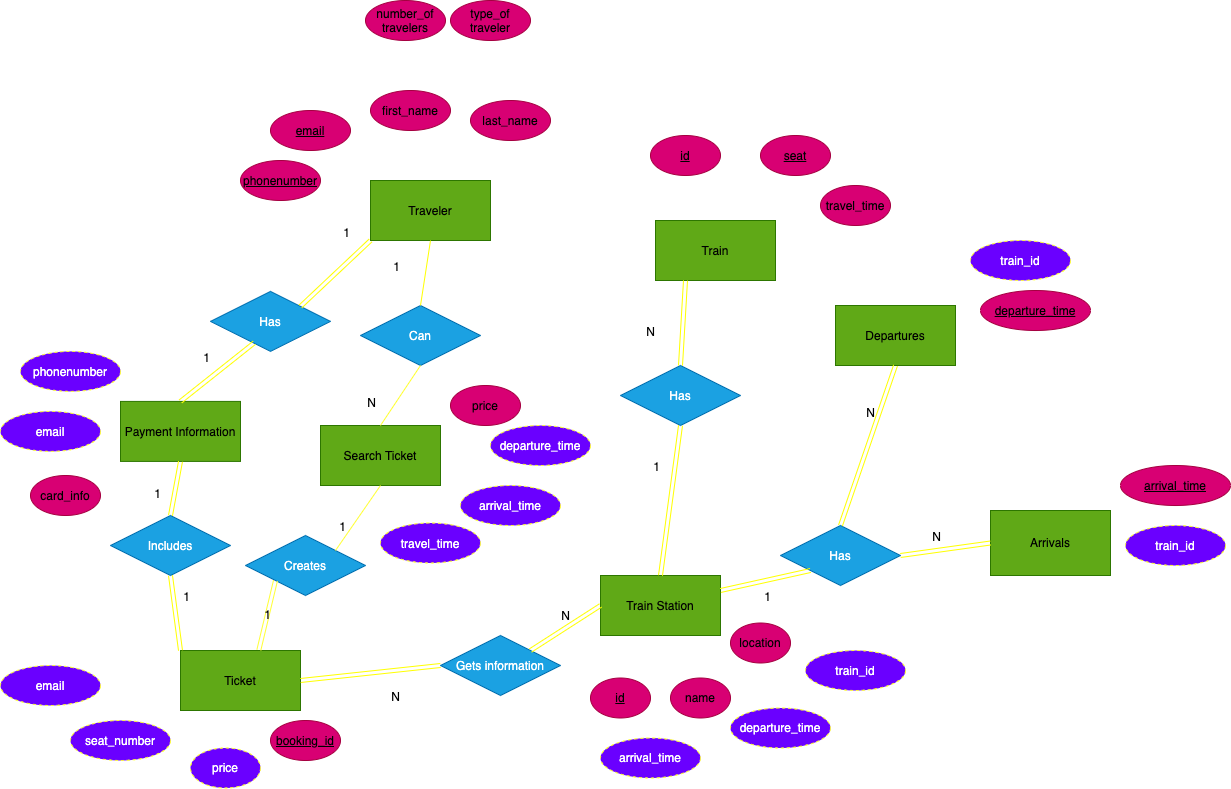
The draw.io diagram ERdiagramExpressTrain.drawio.png in Sena-AH/TH2103-G3-ExpressTrain, before a commit. Source tidied: cells renumbered, new cells last; positions are measured from the earlier drawing's top-left corner, leaving out a move shared by most shapes.
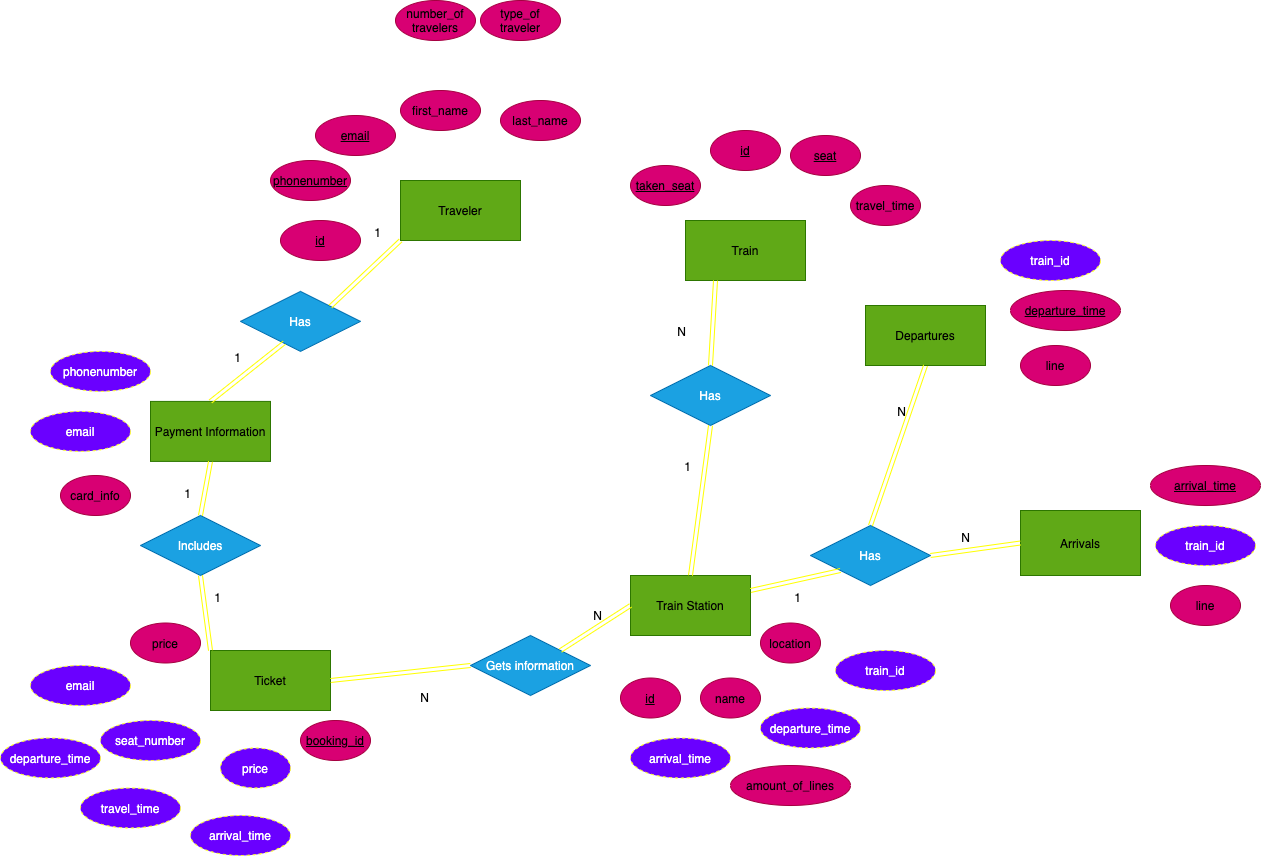
The same file after the commit.

Commit message:
Co-coding: updated diagrams

Change to the diagram source:
```diff
@@ -27,7 +27,7 @@
       <mxGeometry x="670" y="677.5" width="60" height="40" as="geometry" />
     </mxCell>
     <mxCell id="10" value="&lt;font color=&quot;#000000&quot;&gt;&lt;u&gt;id&lt;/u&gt;&lt;br&gt;&lt;/font&gt;" style="ellipse;whiteSpace=wrap;html=1;fillColor=#d80073;strokeColor=#A50040;fontColor=#ffffff;" parent="1" vertex="1">
-      <mxGeometry x="650" y="135" width="70" height="40" as="geometry" />
+      <mxGeometry x="680" y="130" width="70" height="40" as="geometry" />
     </mxCell>
     <mxCell id="11" value="&lt;font color=&quot;#000000&quot;&gt;Payment Information&lt;/font&gt;" style="rounded=0;whiteSpace=wrap;html=1;fillColor=#60a917;strokeColor=#2D7600;fontColor=#ffffff;" parent="1" vertex="1">
       <mxGeometry x="120" y="400.9" width="120" height="60" as="geometry" />
@@ -36,7 +36,7 @@
       <mxGeometry x="470" y="100" width="80" height="40" as="geometry" />
     </mxCell>
     <mxCell id="13" value="&lt;font color=&quot;#000000&quot;&gt;&lt;u&gt;email&lt;/u&gt;&lt;br&gt;&lt;/font&gt;" style="ellipse;whiteSpace=wrap;html=1;fillColor=#d80073;strokeColor=#A50040;fontColor=#ffffff;" parent="1" vertex="1">
-      <mxGeometry x="270" y="110" width="80" height="40" as="geometry" />
+      <mxGeometry x="285" y="115" width="80" height="40" as="geometry" />
     </mxCell>
     <mxCell id="14" value="&lt;font color=&quot;#000000&quot;&gt;&lt;u&gt;phonenumber&lt;/u&gt;&lt;br&gt;&lt;/font&gt;" style="ellipse;whiteSpace=wrap;html=1;fillColor=#d80073;strokeColor=#A50040;fontColor=#ffffff;" parent="1" vertex="1">
       <mxGeometry x="240" y="160" width="80" height="40" as="geometry" />
@@ -98,9 +98,6 @@
     <mxCell id="33" value="&lt;font color=&quot;#000000&quot;&gt;type_of traveler&lt;br&gt;&lt;/font&gt;" style="ellipse;whiteSpace=wrap;html=1;fillColor=#d80073;strokeColor=#A50040;fontColor=#ffffff;" parent="1" vertex="1">
       <mxGeometry x="450" width="80" height="40" as="geometry" />
     </mxCell>
-    <mxCell id="34" value="Can" style="shape=rhombus;perimeter=rhombusPerimeter;whiteSpace=wrap;html=1;align=center;strokeColor=#006EAF;fillColor=#1ba1e2;fontColor=#ffffff;" parent="1" vertex="1">
-      <mxGeometry x="360" y="305" width="120" height="60" as="geometry" />
-    </mxCell>
     <mxCell id="35" value="Has" style="shape=rhombus;perimeter=rhombusPerimeter;whiteSpace=wrap;html=1;align=center;strokeColor=#006EAF;fillColor=#1ba1e2;fontColor=#ffffff;" parent="1" vertex="1">
       <mxGeometry x="620" y="365" width="120" height="60" as="geometry" />
     </mxCell>
@@ -145,14 +142,6 @@
         <mxPoint x="20" y="30" as="offset" />
       </mxGeometry>
     </mxCell>
-    <mxCell id="47" style="endArrow=none;html=1;rounded=0;strokeColor=#FFFF00;exitX=0.5;exitY=1;exitDx=0;exitDy=0;entryX=0.5;entryY=0;entryDx=0;entryDy=0;" parent="1" edge="1" source="5" target="34">
-      <mxGeometry relative="1" as="geometry" />
-    </mxCell>
-    <mxCell id="48" value="1" style="html=1;align=right;verticalAlign=bottom;" parent="47" vertex="1">
-      <mxGeometry x="1" relative="1" as="geometry">
-        <mxPoint x="-20" y="-30" as="offset" />
-      </mxGeometry>
-    </mxCell>
     <mxCell id="49" style="shape=link;html=1;rounded=0;strokeColor=#FFFF00;exitX=1;exitY=0.5;exitDx=0;exitDy=0;entryX=0;entryY=0.5;entryDx=0;entryDy=0;" parent="1" edge="1" source="2" target="38">
       <mxGeometry relative="1" as="geometry" />
     </mxCell>
@@ -209,53 +198,38 @@
         <mxPoint x="-20" y="55" as="offset" />
       </mxGeometry>
     </mxCell>
-    <mxCell id="63" value="&lt;font color=&quot;#000000&quot;&gt;Search Ticket&lt;br&gt;&lt;/font&gt;" style="rounded=0;whiteSpace=wrap;html=1;fillColor=#60a917;strokeColor=#2D7600;fontColor=#ffffff;" parent="1" vertex="1">
-      <mxGeometry x="320" y="425" width="120" height="60" as="geometry" />
-    </mxCell>
-    <mxCell id="64" value="Creates" style="shape=rhombus;perimeter=rhombusPerimeter;whiteSpace=wrap;html=1;align=center;strokeColor=#006EAF;fillColor=#1ba1e2;fontColor=#ffffff;" parent="1" vertex="1">
-      <mxGeometry x="245" y="535" width="120" height="60" as="geometry" />
-    </mxCell>
-    <mxCell id="65" style="endArrow=none;html=1;rounded=0;exitX=0.5;exitY=1;exitDx=0;exitDy=0;entryX=0.5;entryY=0;entryDx=0;entryDy=0;strokeColor=#FFFF33;" parent="1" edge="1" source="34" target="63">
-      <mxGeometry relative="1" as="geometry" />
-    </mxCell>
-    <mxCell id="66" value="N" style="html=1;align=right;verticalAlign=bottom;" parent="65" vertex="1">
-      <mxGeometry x="1" relative="1" as="geometry">
-        <mxPoint x="-5" y="-14" as="offset" />
-      </mxGeometry>
-    </mxCell>
-    <mxCell id="67" style="endArrow=none;html=1;rounded=0;exitX=0.5;exitY=1;exitDx=0;exitDy=0;entryX=1;entryY=0;entryDx=0;entryDy=0;strokeColor=#FFFF33;" parent="1" edge="1" source="63" target="64">
-      <mxGeometry relative="1" as="geometry" />
-    </mxCell>
-    <mxCell id="68" value="1" style="html=1;align=right;verticalAlign=bottom;" parent="67" vertex="1">
-      <mxGeometry x="1" relative="1" as="geometry">
-        <mxPoint x="10" y="-15" as="offset" />
-      </mxGeometry>
-    </mxCell>
-    <mxCell id="69" style="shape=link;html=1;rounded=0;exitX=0;exitY=1;exitDx=0;exitDy=0;entryX=0.653;entryY=-0.009;entryDx=0;entryDy=0;entryPerimeter=0;strokeColor=#FFFF33;" parent="1" edge="1" source="64" target="2">
-      <mxGeometry relative="1" as="geometry" />
-    </mxCell>
-    <mxCell id="70" value="1" style="html=1;align=right;verticalAlign=bottom;" parent="69" vertex="1">
-      <mxGeometry x="1" relative="1" as="geometry">
-        <mxPoint x="12" y="-27" as="offset" />
-      </mxGeometry>
-    </mxCell>
     <mxCell id="71" value="&lt;font color=&quot;#000000&quot;&gt;price&lt;br&gt;&lt;/font&gt;" style="ellipse;whiteSpace=wrap;html=1;fillColor=#d80073;strokeColor=#A50040;fontColor=#ffffff;" parent="1" vertex="1">
-      <mxGeometry x="450" y="385" width="70" height="40" as="geometry" />
+      <mxGeometry x="100" y="622.5" width="70" height="40" as="geometry" />
     </mxCell>
     <mxCell id="72" value="price" style="ellipse;whiteSpace=wrap;html=1;align=center;dashed=1;fillColor=#6a00ff;fontColor=#ffffff;strokeColor=#FFFF33;" parent="1" vertex="1">
       <mxGeometry x="190" y="747.5" width="70" height="40" as="geometry" />
     </mxCell>
     <mxCell id="73" value="departure_time" style="ellipse;whiteSpace=wrap;html=1;align=center;dashed=1;fillColor=#6a00ff;fontColor=#ffffff;strokeColor=#FFFF33;" parent="1" vertex="1">
-      <mxGeometry x="490" y="425" width="100" height="40" as="geometry" />
+      <mxGeometry x="-30" y="737.5" width="100" height="40" as="geometry" />
     </mxCell>
     <mxCell id="74" value="arrival_time" style="ellipse;whiteSpace=wrap;html=1;align=center;dashed=1;fillColor=#6a00ff;fontColor=#ffffff;strokeColor=#FFFF33;" parent="1" vertex="1">
-      <mxGeometry x="460" y="485" width="100" height="40" as="geometry" />
+      <mxGeometry x="160" y="815" width="100" height="40" as="geometry" />
     </mxCell>
     <mxCell id="75" value="travel_time" style="ellipse;whiteSpace=wrap;html=1;align=center;dashed=1;fillColor=#6a00ff;fontColor=#ffffff;strokeColor=#FFFF33;" parent="1" vertex="1">
-      <mxGeometry x="380" y="522.5" width="100" height="40" as="geometry" />
+      <mxGeometry x="50" y="787.5" width="100" height="40" as="geometry" />
     </mxCell>
     <mxCell id="76" value="train_id" style="ellipse;whiteSpace=wrap;html=1;align=center;dashed=1;fillColor=#6a00ff;fontColor=#ffffff;strokeColor=#FFFF33;" parent="1" vertex="1">
       <mxGeometry x="805" y="650" width="100" height="40" as="geometry" />
     </mxCell>
+    <mxCell id="77" value="&lt;font color=&quot;#000000&quot;&gt;&lt;u&gt;taken_seat&lt;/u&gt;&lt;br&gt;&lt;/font&gt;" style="ellipse;whiteSpace=wrap;html=1;fillColor=#d80073;strokeColor=#A50040;fontColor=#ffffff;" parent="1" vertex="1">
+      <mxGeometry x="600" y="165" width="70" height="40" as="geometry" />
+    </mxCell>
+    <mxCell id="78" value="&lt;font color=&quot;#000000&quot;&gt;amount_of_lines&lt;br&gt;&lt;/font&gt;" style="ellipse;whiteSpace=wrap;html=1;fillColor=#d80073;strokeColor=#A50040;fontColor=#ffffff;" parent="1" vertex="1">
+      <mxGeometry x="700" y="765" width="120" height="40" as="geometry" />
+    </mxCell>
+    <mxCell id="79" value="&lt;font color=&quot;#000000&quot;&gt;line&lt;br&gt;&lt;/font&gt;" style="ellipse;whiteSpace=wrap;html=1;fillColor=#d80073;strokeColor=#A50040;fontColor=#ffffff;" parent="1" vertex="1">
+      <mxGeometry x="990" y="345" width="70" height="40" as="geometry" />
+    </mxCell>
+    <mxCell id="80" value="&lt;font color=&quot;#000000&quot;&gt;line&lt;br&gt;&lt;/font&gt;" style="ellipse;whiteSpace=wrap;html=1;fillColor=#d80073;strokeColor=#A50040;fontColor=#ffffff;" parent="1" vertex="1">
+      <mxGeometry x="1140" y="585" width="70" height="40" as="geometry" />
+    </mxCell>
+    <mxCell id="81" value="&lt;font color=&quot;#000000&quot;&gt;&lt;u&gt;id&lt;/u&gt;&lt;br&gt;&lt;/font&gt;" style="ellipse;whiteSpace=wrap;html=1;fillColor=#d80073;strokeColor=#A50040;fontColor=#ffffff;" parent="1" vertex="1">
+      <mxGeometry x="250" y="220" width="80" height="40" as="geometry" />
+    </mxCell>
   </root>
 </mxGraphModel>
```
